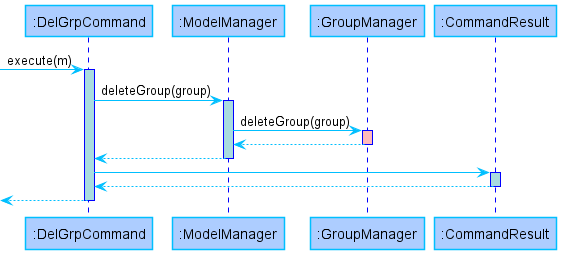
This is docs/images/developerGuide/GroupManagerSequenceDiagram.png from xinyee20/tp, a PlantUML export, as it was before one commit. Its source is kept beside it as docs/diagrams/GroupManagerSequenceDiagram.puml. Its diagram source:
```plantuml
@startuml
skinparam sequence {
ArrowColor DeepSkyBlue
ParticipantBorderColor DeepSkyBlue
ParticipantBackgroundColor DodgerBlue
LifeLineBorderColor blue
LifeLineBackgroundColor #A9DCDF

}
hide members
hide circle
skinparam shadowing false

participant ":DelGrpCommand" as DelGrpCommand #adcdff
participant ":ModelManager" as ModelManager #adcdff
participant ":GroupManager" as GroupManager #adcdff
participant ":CommandResult" as CommandResult #adcdff


-> DelGrpCommand: execute(m)
activate DelGrpCommand
DelGrpCommand -> ModelManager : deleteGroup(group)
activate ModelManager
ModelManager -> GroupManager : deleteGroup(group)
activate GroupManager #FFBBBB
return
return
DelGrpCommand -> CommandResult
activate CommandResult
return
return
deactivate GroupManager
deactivate ModelManager

deactivate DelGrpCommand
@enduml
```
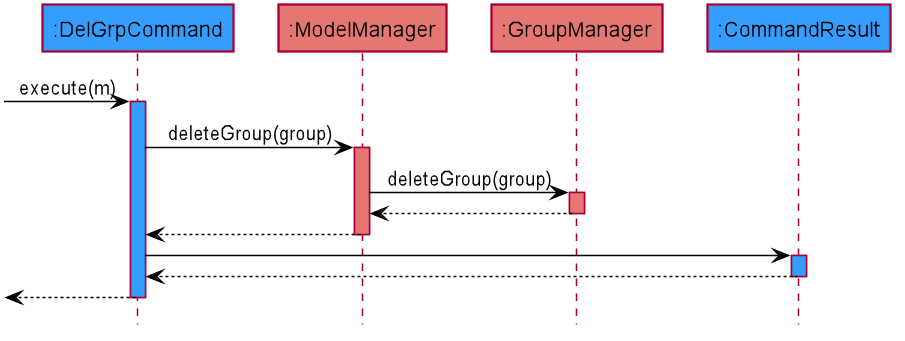
The same diagram one commit later.

Commit message:
Edit sequence diagram colors

Change to the diagram source:
```diff
@@ -1,32 +1,26 @@
 @startuml
-skinparam sequence {
-ArrowColor DeepSkyBlue
-ParticipantBorderColor DeepSkyBlue
-ParticipantBackgroundColor DodgerBlue
-LifeLineBorderColor blue
-LifeLineBackgroundColor #A9DCDF
+!include style.puml
 
-}
 hide members
 hide circle
 skinparam shadowing false
 
-participant ":DelGrpCommand" as DelGrpCommand #adcdff
-participant ":ModelManager" as ModelManager #adcdff
-participant ":GroupManager" as GroupManager #adcdff
-participant ":CommandResult" as CommandResult #adcdff
+participant ":DelGrpCommand" as DelGrpCommand LOGIC_COLOR_T1
+participant ":ModelManager" as ModelManager MODEL_COLOR_T1
+participant ":GroupManager" as GroupManager MODEL_COLOR_T1
+participant ":CommandResult" as CommandResult LOGIC_COLOR_T1
 
 
--> DelGrpCommand: execute(m)
-activate DelGrpCommand
-DelGrpCommand -> ModelManager : deleteGroup(group)
-activate ModelManager
-ModelManager -> GroupManager : deleteGroup(group)
-activate GroupManager #FFBBBB
+-[#black]> DelGrpCommand: execute(m)
+activate DelGrpCommand LOGIC_COLOR_T1
+DelGrpCommand -[#black]> ModelManager : deleteGroup(group)
+activate ModelManager MODEL_COLOR_T1
+ModelManager -[#black]> GroupManager : deleteGroup(group)
+activate GroupManager MODEL_COLOR_T1
 return
 return
-DelGrpCommand -> CommandResult
-activate CommandResult
+DelGrpCommand -[#black]> CommandResult
+activate CommandResult LOGIC_COLOR_T1
 return
 return
 deactivate GroupManager
```
